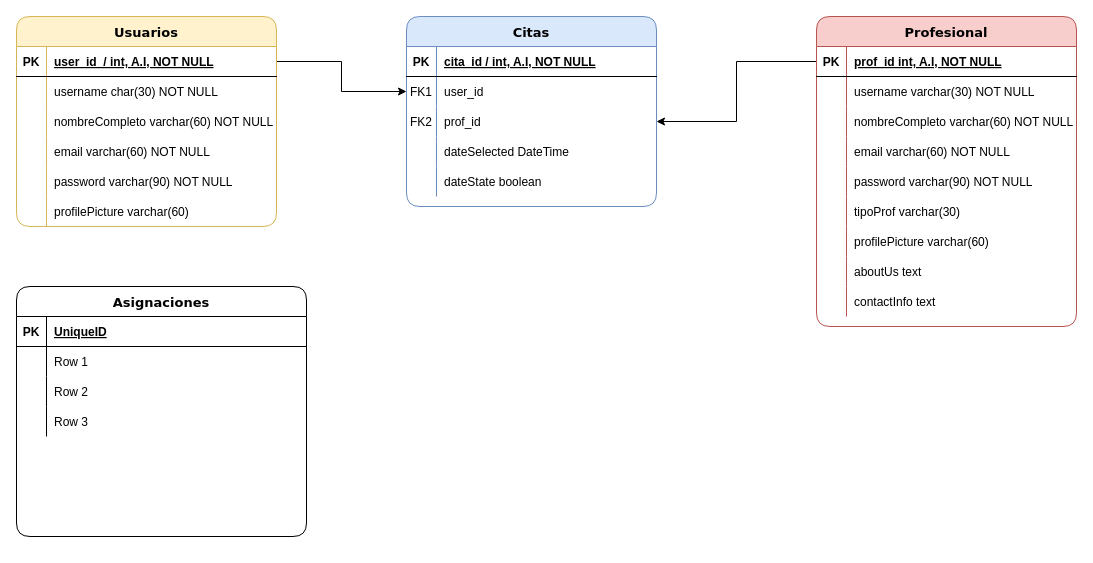
Above: Untitled Diagram.drawio in Eat-Fit/ERM-DB (draw.io), before the change. Source tidied: cells renumbered, new cells numbered last; positions are measured from the earlier drawing's top-left corner, leaving out a move shared by most shapes. Both pictures are drawn from the tidied source at 100%, with x=0, y=0 at pixel (16, 16).
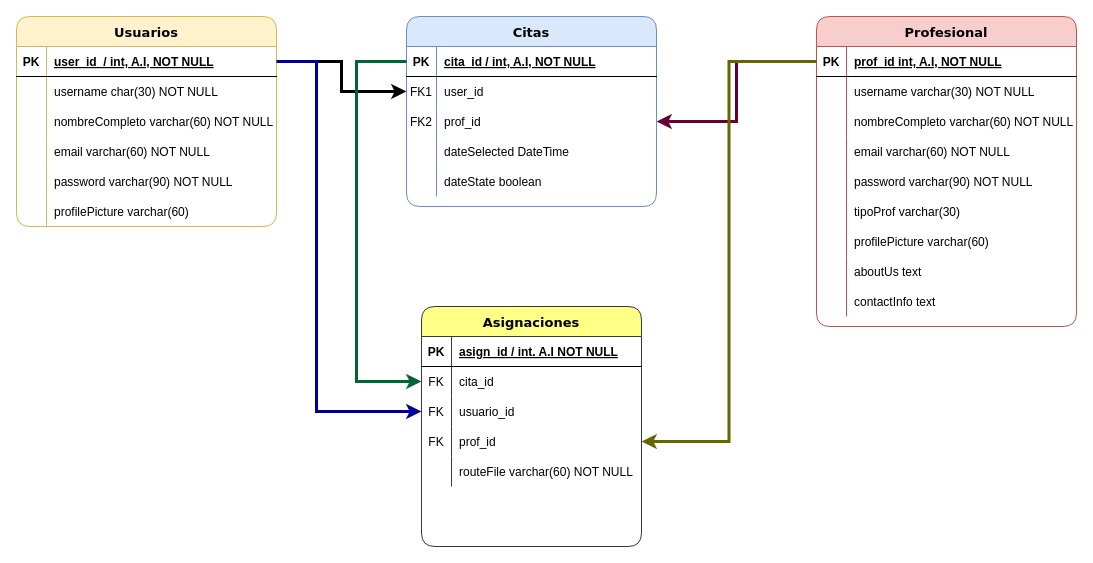
Above is the later version.

The change refers to these unchanged cells:
```xml
<mxCell id="5" style="shape=partialRectangle;fillColor=none;points=[[0,0.5],[1,0.5]];portConstraint=eastwest;top=0;left=0;right=0;bottom=1;" parent="4" vertex="1">
  <mxGeometry y="30" width="260" height="30" as="geometry" />
</mxCell>
<mxCell id="24" style="shape=partialRectangle;fillColor=none;points=[[0,0.5],[1,0.5]];portConstraint=eastwest;top=0;left=0;right=0;bottom=1;" parent="23" vertex="1">
  <mxGeometry y="30" width="250" height="30" as="geometry" />
</mxCell>
<mxCell id="27" style="shape=partialRectangle;fillColor=none;points=[[0,0.5],[1,0.5]];portConstraint=eastwest;top=0;left=0;right=0;bottom=0;" parent="23" vertex="1">
  <mxGeometry y="60" width="250" height="30" as="geometry" />
</mxCell>
<mxCell id="30" style="shape=partialRectangle;fillColor=none;points=[[0,0.5],[1,0.5]];portConstraint=eastwest;top=0;left=0;right=0;bottom=0;" parent="23" vertex="1">
  <mxGeometry y="90" width="250" height="30" as="geometry" />
</mxCell>
<mxCell id="40" style="shape=partialRectangle;fillColor=none;points=[[0,0.5],[1,0.5]];portConstraint=eastwest;top=0;left=0;right=0;bottom=1;" parent="39" vertex="1">
  <mxGeometry y="30" width="260" height="30" as="geometry" />
</mxCell>
```

Diff of the diagram source:
```diff
@@
-    <mxCell id="2" style="edgeStyle=orthogonalEdgeStyle;rounded=0;jettySize=auto;html=1;exitX=0;exitY=0.5;exitDx=0;exitDy=0;entryX=1;entryY=0.5;entryDx=0;entryDy=0;fontSize=13;" parent="1" edge="1" source="40" target="30">
+    <mxCell id="2" style="edgeStyle=orthogonalEdgeStyle;rounded=0;jettySize=auto;html=1;exitX=0;exitY=0.5;exitDx=0;exitDy=0;entryX=1;entryY=0.5;entryDx=0;entryDy=0;fontSize=13;strokeColor=#660033;strokeWidth=3;" parent="1" edge="1" source="40" target="30">
       <mxGeometry relative="1" as="geometry" />
     </mxCell>
-    <mxCell id="3" style="edgeStyle=orthogonalEdgeStyle;rounded=0;jettySize=auto;html=1;entryX=0;entryY=0.5;entryDx=0;entryDy=0;fontSize=13;" parent="1" edge="1" source="5" target="27">
+    <mxCell id="3" style="edgeStyle=orthogonalEdgeStyle;rounded=0;jettySize=auto;html=1;entryX=0;entryY=0.5;entryDx=0;entryDy=0;fontSize=13;strokeWidth=3;" parent="1" edge="1" source="5" target="27">
       <mxGeometry relative="1" as="geometry" />
     </mxCell>
@@
-    <mxCell id="67" value="Asignaciones" style="shape=table;startSize=30;childLayout=tableLayout;rowLines=0;fontStyle=1;align=center;rounded=1;shadow=0;labelBackgroundColor=none;sketch=0;gradientColor=none;fontFamily=Verdana;fontSize=13;html=0;" parent="1" vertex="1">
-      <mxGeometry y="270" width="290" height="250" as="geometry" />
+    <mxCell id="67" value="Asignaciones" style="shape=table;startSize=30;childLayout=tableLayout;rowLines=0;fontStyle=1;align=center;rounded=1;shadow=0;labelBackgroundColor=none;sketch=0;fontFamily=Verdana;fontSize=13;html=0;fillColor=#ffff88;strokeColor=#36393d;" parent="1" vertex="1">
+      <mxGeometry x="405" y="290" width="220" height="240" as="geometry" />
     </mxCell>
     <mxCell id="68" style="shape=partialRectangle;fillColor=none;top=0;left=0;bottom=1;right=0;" parent="67" vertex="1">
-      <mxGeometry y="30" width="290" height="30" as="geometry" />
+      <mxGeometry y="30" width="220" height="30" as="geometry" />
     </mxCell>
@@
-    <mxCell id="70" value="UniqueID" style="shape=partialRectangle;fillColor=none;top=0;left=0;bottom=0;right=0;align=left;spacingLeft=6;fontStyle=5;overflow=hidden;" parent="68" vertex="1">
-      <mxGeometry x="30" width="260" height="30" as="geometry" />
+    <mxCell id="70" value="asign_id / int. A.I NOT NULL" style="shape=partialRectangle;fillColor=none;top=0;left=0;bottom=0;right=0;align=left;spacingLeft=6;fontStyle=5;overflow=hidden;" parent="68" vertex="1">
+      <mxGeometry x="30" width="190" height="30" as="geometry" />
     </mxCell>
     <mxCell id="71" style="shape=partialRectangle;fillColor=none;top=0;left=0;bottom=0;right=0;points=[[0,0.5],[1,0.5]];portConstraint=eastwest;" parent="67" vertex="1">
-      <mxGeometry y="60" width="290" height="30" as="geometry" />
+      <mxGeometry y="60" width="220" height="30" as="geometry" />
     </mxCell>
-    <mxCell id="72" style="shape=partialRectangle;fillColor=none;top=0;left=0;bottom=0;right=0;overflow=hidden;" parent="71" vertex="1">
+    <mxCell id="72" value="FK" style="shape=partialRectangle;fillColor=none;top=0;left=0;bottom=0;right=0;overflow=hidden;" parent="71" vertex="1">
       <mxGeometry width="30" height="30" as="geometry" />
     </mxCell>
-    <mxCell id="73" value="Row 1" style="shape=partialRectangle;fillColor=none;top=0;left=0;bottom=0;right=0;align=left;spacingLeft=6;overflow=hidden;" parent="71" vertex="1">
-      <mxGeometry x="30" width="260" height="30" as="geometry" />
+    <mxCell id="73" value="cita_id" style="shape=partialRectangle;fillColor=none;top=0;left=0;bottom=0;right=0;align=left;spacingLeft=6;overflow=hidden;" parent="71" vertex="1">
+      <mxGeometry x="30" width="190" height="30" as="geometry" />
     </mxCell>
     <mxCell id="74" style="shape=partialRectangle;fillColor=none;top=0;left=0;bottom=0;right=0;points=[[0,0.5],[1,0.5]];portConstraint=eastwest;" parent="67" vertex="1">
-      <mxGeometry y="90" width="290" height="30" as="geometry" />
+      <mxGeometry y="90" width="220" height="30" as="geometry" />
     </mxCell>
-    <mxCell id="75" style="shape=partialRectangle;fillColor=none;top=0;left=0;bottom=0;right=0;overflow=hidden;" parent="74" vertex="1">
+    <mxCell id="75" value="FK" style="shape=partialRectangle;fillColor=none;top=0;left=0;bottom=0;right=0;overflow=hidden;" parent="74" vertex="1">
       <mxGeometry width="30" height="30" as="geometry" />
     </mxCell>
-    <mxCell id="76" value="Row 2" style="shape=partialRectangle;fillColor=none;top=0;left=0;bottom=0;right=0;align=left;spacingLeft=6;overflow=hidden;" parent="74" vertex="1">
-      <mxGeometry x="30" width="260" height="30" as="geometry" />
+    <mxCell id="76" value="usuario_id" style="shape=partialRectangle;fillColor=none;top=0;left=0;bottom=0;right=0;align=left;spacingLeft=6;overflow=hidden;" parent="74" vertex="1">
+      <mxGeometry x="30" width="190" height="30" as="geometry" />
     </mxCell>
     <mxCell id="77" style="shape=partialRectangle;fillColor=none;top=0;left=0;bottom=0;right=0;points=[[0,0.5],[1,0.5]];portConstraint=eastwest;" parent="67" vertex="1">
-      <mxGeometry y="120" width="290" height="30" as="geometry" />
+      <mxGeometry y="120" width="220" height="30" as="geometry" />
     </mxCell>
-    <mxCell id="78" style="shape=partialRectangle;fillColor=none;top=0;left=0;bottom=0;right=0;overflow=hidden;" parent="77" vertex="1">
+    <mxCell id="78" value="FK" style="shape=partialRectangle;fillColor=none;top=0;left=0;bottom=0;right=0;overflow=hidden;" parent="77" vertex="1">
       <mxGeometry width="30" height="30" as="geometry" />
     </mxCell>
-    <mxCell id="79" value="Row 3" style="shape=partialRectangle;fillColor=none;top=0;left=0;bottom=0;right=0;align=left;spacingLeft=6;overflow=hidden;" parent="77" vertex="1">
-      <mxGeometry x="30" width="260" height="30" as="geometry" />
+    <mxCell id="79" value="prof_id" style="shape=partialRectangle;fillColor=none;top=0;left=0;bottom=0;right=0;align=left;spacingLeft=6;overflow=hidden;" parent="77" vertex="1">
+      <mxGeometry x="30" width="190" height="30" as="geometry" />
     </mxCell>
+    <mxCell id="80" style="shape=partialRectangle;fillColor=none;top=0;left=0;bottom=0;right=0;" parent="67" vertex="1">
+      <mxGeometry y="150" width="220" height="30" as="geometry" />
+    </mxCell>
+    <mxCell id="81" style="shape=partialRectangle;fillColor=none;top=0;left=0;bottom=0;right=0;overflow=hidden;" parent="80" vertex="1">
+      <mxGeometry width="30" height="30" as="geometry" />
+    </mxCell>
+    <mxCell id="82" value="routeFile varchar(60) NOT NULL" style="shape=partialRectangle;fillColor=none;top=0;left=0;bottom=0;right=0;align=left;spacingLeft=6;overflow=hidden;" parent="80" vertex="1">
+      <mxGeometry x="30" width="190" height="30" as="geometry" />
+    </mxCell>
+    <mxCell id="83" style="edgeStyle=orthogonalEdgeStyle;rounded=0;jettySize=auto;html=1;fontFamily=Verdana;fontSize=13;strokeColor=#006633;strokeWidth=3;" parent="1" edge="1" source="24" target="71">
+      <mxGeometry relative="1" as="geometry">
+        <Array as="points">
+          <mxPoint x="340" y="45" />
+          <mxPoint x="340" y="365" />
+        </Array>
+      </mxGeometry>
+    </mxCell>
+    <mxCell id="84" style="edgeStyle=orthogonalEdgeStyle;rounded=0;jettySize=auto;html=1;fontFamily=Verdana;fontSize=13;strokeColor=#000099;strokeWidth=3;" parent="1" edge="1" source="5" target="74">
+      <mxGeometry relative="1" as="geometry">
+        <Array as="points">
+          <mxPoint x="300" y="45" />
+          <mxPoint x="300" y="395" />
+        </Array>
+      </mxGeometry>
+    </mxCell>
+    <mxCell id="85" style="edgeStyle=orthogonalEdgeStyle;rounded=0;jettySize=auto;html=1;entryX=1;entryY=0.5;entryDx=0;entryDy=0;strokeWidth=3;fontFamily=Verdana;fontSize=13;strokeColor=#666600;" parent="1" edge="1" source="40" target="77">
+      <mxGeometry relative="1" as="geometry" />
+    </mxCell>
```
